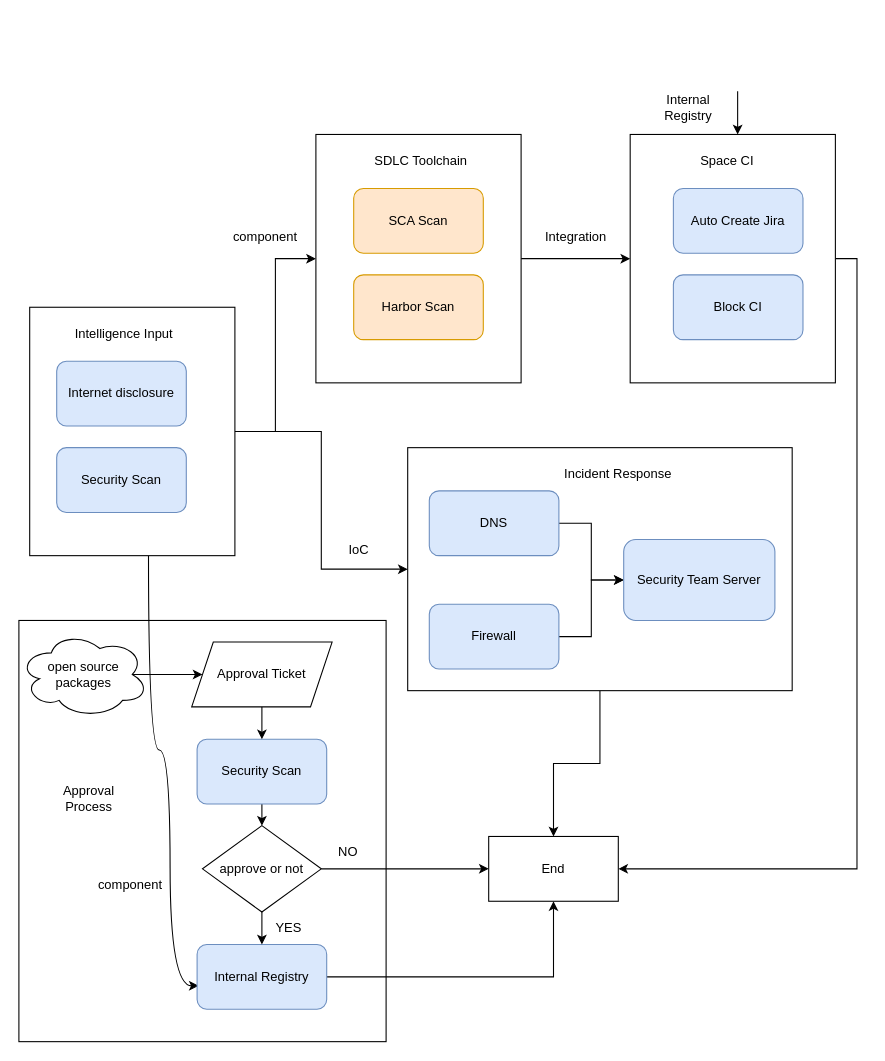
Earlier version of the draw.io diagram 未命名绘图.drawio (bookchi/Linux). Source tidied: cells renumbered, new cells numbered last; positions are measured from the earlier drawing's top-left corner, leaving out a move shared by most shapes. Both pictures are drawn from the tidied source at 108%, with x=0, y=0 at pixel (18, 91).
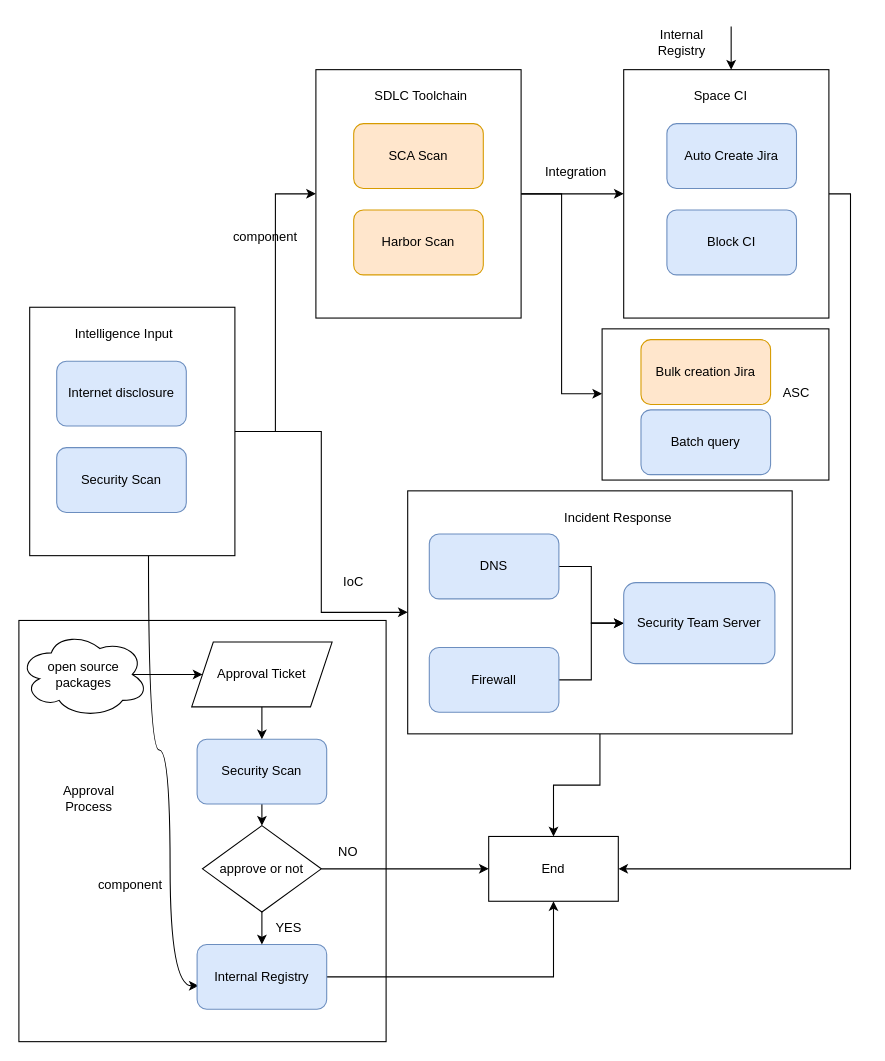
After the change.

Commit message:
更新未命名绘图.drawio

The edit, as a diff of the source:
```diff
@@
+    <mxCell id="49" style="rounded=0;whiteSpace=wrap;html=1;" parent="1" vertex="1">
+      <mxGeometry x="540" y="220" width="210" height="140" as="geometry" />
+    </mxCell>
@@
     <mxCell id="4" style="rounded=0;whiteSpace=wrap;html=1;" parent="1" vertex="1">
-      <mxGeometry x="360" y="330" width="356" height="225" as="geometry" />
+      <mxGeometry x="360" y="370" width="356" height="225" as="geometry" />
     </mxCell>
@@
+    <mxCell id="50" style="edgeStyle=orthogonalEdgeStyle;rounded=0;jettySize=auto;html=1;entryX=0;entryY=0.429;entryDx=0;entryDy=0;entryPerimeter=0;" parent="1" edge="1" source="10" target="49">
+      <mxGeometry relative="1" as="geometry" />
+    </mxCell>
     <mxCell id="10" style="rounded=0;whiteSpace=wrap;html=1;" parent="1" vertex="1">
-      <mxGeometry x="275" y="40" width="190" height="230" as="geometry" />
+      <mxGeometry x="275" y="-20" width="190" height="230" as="geometry" />
     </mxCell>
@@
     <mxCell id="12" style="rounded=0;whiteSpace=wrap;html=1;" parent="1" vertex="1">
-      <mxGeometry x="566" y="40" width="190" height="230" as="geometry" />
+      <mxGeometry x="560" y="-20" width="190" height="230" as="geometry" />
     </mxCell>
@@
     <mxCell id="17" value="DNS" style="rounded=1;whiteSpace=wrap;html=1;fillColor=#dae8fc;strokeColor=#6c8ebf;" parent="1" vertex="1">
-      <mxGeometry x="380" y="370" width="120" height="60" as="geometry" />
+      <mxGeometry x="380" y="410" width="120" height="60" as="geometry" />
     </mxCell>
@@
     <mxCell id="19" value="Firewall" style="rounded=1;whiteSpace=wrap;html=1;fillColor=#dae8fc;strokeColor=#6c8ebf;" parent="1" vertex="1">
-      <mxGeometry x="380" y="475" width="120" height="60" as="geometry" />
+      <mxGeometry x="380" y="515" width="120" height="60" as="geometry" />
     </mxCell>
     <mxCell id="20" value="Security Team Server" style="rounded=1;whiteSpace=wrap;html=1;fillColor=#dae8fc;strokeColor=#6c8ebf;" parent="1" vertex="1">
-      <mxGeometry x="560" y="415" width="140" height="75" as="geometry" />
+      <mxGeometry x="560" y="455" width="140" height="75" as="geometry" />
     </mxCell>
@@
     <mxCell id="33" value="Auto Create Jira" style="rounded=1;whiteSpace=wrap;html=1;fillColor=#dae8fc;strokeColor=#6c8ebf;" parent="1" vertex="1">
-      <mxGeometry x="606" y="90" width="120" height="60" as="geometry" />
+      <mxGeometry x="600" y="30" width="120" height="60" as="geometry" />
     </mxCell>
     <mxCell id="34" value="Block CI" style="rounded=1;whiteSpace=wrap;html=1;fillColor=#dae8fc;strokeColor=#6c8ebf;" parent="1" vertex="1">
-      <mxGeometry x="606" y="170" width="120" height="60" as="geometry" />
+      <mxGeometry x="600" y="110" width="120" height="60" as="geometry" />
     </mxCell>
     <mxCell id="35" value="Space CI" style="text;html=1;strokeColor=none;fillColor=none;align=center;verticalAlign=middle;whiteSpace=wrap;rounded=0;" parent="1" vertex="1">
-      <mxGeometry x="626" y="50" width="60" height="30" as="geometry" />
+      <mxGeometry x="620" y="-10" width="60" height="30" as="geometry" />
     </mxCell>
     <mxCell id="36" value="SCA Scan" style="rounded=1;whiteSpace=wrap;html=1;fillColor=#ffe6cc;strokeColor=#d79b00;" parent="1" vertex="1">
-      <mxGeometry x="310" y="90" width="120" height="60" as="geometry" />
+      <mxGeometry x="310" y="30" width="120" height="60" as="geometry" />
     </mxCell>
     <mxCell id="37" value="Harbor Scan" style="rounded=1;whiteSpace=wrap;html=1;fillColor=#ffe6cc;strokeColor=#d79b00;" parent="1" vertex="1">
-      <mxGeometry x="310" y="170" width="120" height="60" as="geometry" />
+      <mxGeometry x="310" y="110" width="120" height="60" as="geometry" />
     </mxCell>
     <mxCell id="38" value="SDLC Toolchain" style="text;html=1;strokeColor=none;fillColor=none;align=center;verticalAlign=middle;whiteSpace=wrap;rounded=0;" parent="1" vertex="1">
-      <mxGeometry x="310" y="45" width="125" height="40" as="geometry" />
+      <mxGeometry x="310" y="-15" width="125" height="40" as="geometry" />
     </mxCell>
@@
     <mxCell id="40" value="Integration" style="text;html=1;strokeColor=none;fillColor=none;align=center;verticalAlign=middle;whiteSpace=wrap;rounded=0;" parent="1" vertex="1">
-      <mxGeometry x="486" y="120" width="60" height="30" as="geometry" />
+      <mxGeometry x="486" y="60" width="60" height="30" as="geometry" />
     </mxCell>
     <mxCell id="41" value="Incident Response" style="text;html=1;strokeColor=none;fillColor=none;align=center;verticalAlign=middle;whiteSpace=wrap;rounded=0;" parent="1" vertex="1">
-      <mxGeometry x="500" y="340" width="110" height="30" as="geometry" />
+      <mxGeometry x="500" y="380" width="110" height="30" as="geometry" />
     </mxCell>
     <mxCell id="42" value="IoC" style="text;html=1;strokeColor=none;fillColor=none;align=center;verticalAlign=middle;whiteSpace=wrap;rounded=0;" parent="1" vertex="1">
-      <mxGeometry x="285" y="410" width="60" height="30" as="geometry" />
+      <mxGeometry x="280" y="440" width="60" height="30" as="geometry" />
     </mxCell>
@@
     <mxCell id="46" style="endArrow=classic;html=1;rounded=0;" parent="1" edge="1">
       <mxGeometry relative="1" as="geometry">
-        <mxPoint x="665.5" as="sourcePoint" />
-        <mxPoint x="665.5" y="40" as="targetPoint" />
+        <mxPoint x="659.5" y="-60" as="sourcePoint" />
+        <mxPoint x="659.5" y="-20" as="targetPoint" />
       </mxGeometry>
     </mxCell>
     <mxCell id="47" value="Internal Registry" style="text;html=1;strokeColor=none;fillColor=none;align=center;verticalAlign=middle;whiteSpace=wrap;rounded=0;" parent="1" vertex="1">
-      <mxGeometry x="590" width="60" height="30" as="geometry" />
+      <mxGeometry x="584" y="-60" width="60" height="30" as="geometry" />
     </mxCell>
@@
+    <mxCell id="51" value="Bulk creation Jira" style="rounded=1;whiteSpace=wrap;html=1;fillColor=#ffe6cc;strokeColor=#d79b00;" parent="1" vertex="1">
+      <mxGeometry x="576" y="230" width="120" height="60" as="geometry" />
+    </mxCell>
+    <mxCell id="52" value="Batch query" style="rounded=1;whiteSpace=wrap;html=1;fillColor=#dae8fc;strokeColor=#6c8ebf;" parent="1" vertex="1">
+      <mxGeometry x="576" y="295" width="120" height="60" as="geometry" />
+    </mxCell>
+    <mxCell id="53" value="ASC" style="text;html=1;strokeColor=none;fillColor=none;align=center;verticalAlign=middle;whiteSpace=wrap;rounded=0;" parent="1" vertex="1">
+      <mxGeometry x="690" y="265" width="60" height="30" as="geometry" />
+    </mxCell>
```
